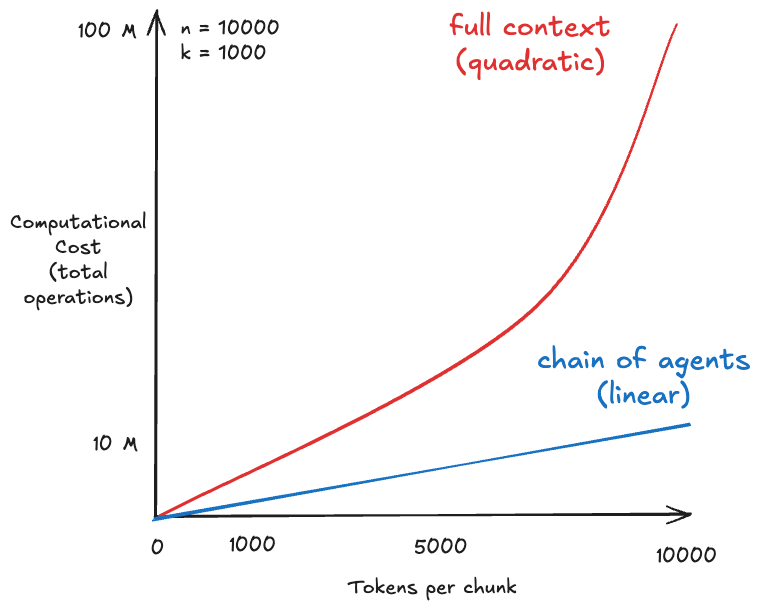
The Excalidraw diagram azurebootcamp-2026/graphics/complexity.excalidraw.png in filipw/filipw.github.io, before a commit. Source tidied: one line per element, renumbered; positions are measured from the earlier drawing's top-left corner, leaving out a move shared by most shapes.
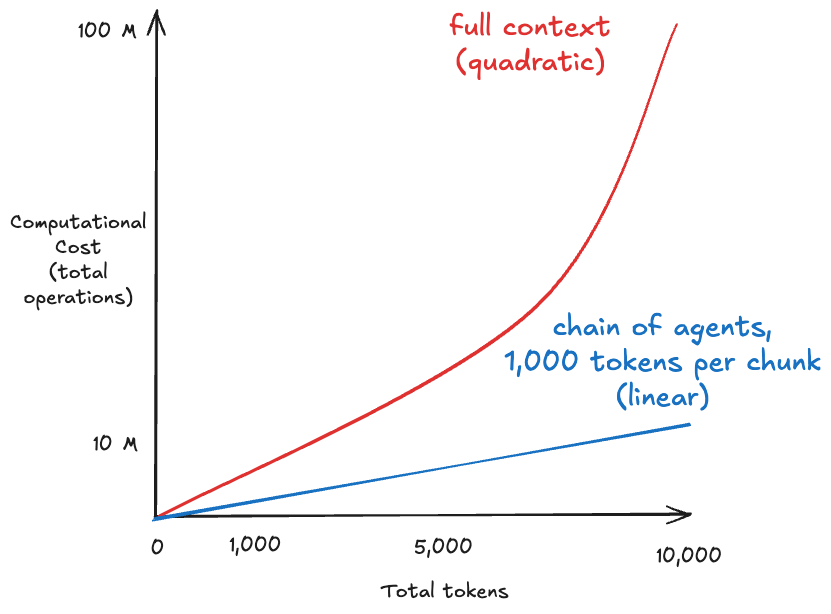
After the commit.

What changed in the source:
```diff
@@ -1,15 +1,14 @@
 {"id": 0, "type": "arrow", "strokeColor": "#1e1e1e", "strokeWidth": 2, "roughness": 1, "endArrowhead": "arrow", "round": true, "x": 145, "y": 507, "width": 2, "height": 507, "points": [[0, 0], [2, -507]]}
 {"id": 1, "type": "arrow", "strokeColor": "#1e1e1e", "strokeWidth": 2, "roughness": 1, "endArrowhead": "arrow", "round": true, "x": 146, "y": 507, "width": 534, "height": 3, "points": [[0, 0], [534, -3]]}
 {"id": 2, "type": "text", "text": "100 M", "strokeColor": "#1e1e1e", "strokeWidth": 2, "roughness": 1, "fontSize": 20, "fontFamily": 1, "x": 69, "y": 9, "width": 58, "height": 25}
-{"id": 3, "type": "text", "text": "10000", "strokeColor": "#1e1e1e", "strokeWidth": 2, "roughness": 1, "fontSize": 20, "fontFamily": 1, "x": 647, "y": 534, "width": 60, "height": 25}
+{"id": 3, "type": "text", "text": "10,000", "strokeColor": "#1e1e1e", "strokeWidth": 2, "roughness": 1, "fontSize": 20, "fontFamily": 1, "x": 647, "y": 534, "width": 66, "height": 25}
 {"id": 4, "type": "text", "text": "0", "strokeColor": "#1e1e1e", "strokeWidth": 2, "roughness": 1, "fontSize": 20, "fontFamily": 1, "x": 141, "y": 526, "width": 14, "height": 25}
-{"id": 5, "type": "text", "text": "5000", "strokeColor": "#1e1e1e", "strokeWidth": 2, "roughness": 1, "fontSize": 20, "fontFamily": 1, "x": 404, "y": 525, "width": 54, "height": 25}
+{"id": 5, "type": "text", "text": "5,000", "strokeColor": "#1e1e1e", "strokeWidth": 2, "roughness": 1, "fontSize": 20, "fontFamily": 1, "x": 404, "y": 525, "width": 59, "height": 25}
-{"id": 6, "type": "text", "text": "1000", "strokeColor": "#1e1e1e", "strokeWidth": 2, "roughness": 1, "fontSize": 20, "fontFamily": 1, "x": 220, "y": 524, "width": 47, "height": 25}
+{"id": 6, "type": "text", "text": "1,000", "strokeColor": "#1e1e1e", "strokeWidth": 2, "roughness": 1, "fontSize": 20, "fontFamily": 1, "x": 220, "y": 524, "width": 52, "height": 25}
-{"id": 7, "type": "text", "text": "Tokens per chunk", "strokeColor": "#1e1e1e", "strokeWidth": 2, "roughness": 1, "fontSize": 20, "fontFamily": 5, "x": 337, "y": 565, "width": 169, "height": 25}
+{"id": 7, "type": "text", "text": "Total tokens", "strokeColor": "#1e1e1e", "strokeWidth": 2, "roughness": 1, "fontSize": 20, "fontFamily": 5, "x": 370, "y": 569, "width": 128, "height": 25}
 {"id": 8, "type": "text", "text": "Computational\nCost\n(total\noperations)", "strokeColor": "#1e1e1e", "strokeWidth": 2, "roughness": 1, "fontSize": 20, "fontFamily": 5, "textAlign": "center", "x": 0, "y": 200, "width": 137, "height": 100}
 {"id": 9, "type": "text", "text": "10 M", "strokeColor": "#1e1e1e", "strokeWidth": 2, "roughness": 1, "fontSize": 20, "fontFamily": 1, "x": 84, "y": 422, "width": 44, "height": 25}
 {"id": 10, "type": "line", "strokeColor": "#e03131", "strokeWidth": 2, "roughness": 1, "round": true, "x": 149, "y": 506, "width": 518, "height": 492, "points": [[0, 0], [378, -210], [518, -492]]}
 {"id": 11, "type": "line", "strokeColor": "#1971c2", "strokeWidth": 2, "roughness": 1, "round": true, "x": 144, "y": 509, "width": 535, "height": 95, "points": [[0, 0], [535, -95]]}
 {"id": 12, "type": "text", "text": "full context\n(quadratic)", "strokeColor": "#e03131", "strokeWidth": 2, "roughness": 1, "fontSize": 28, "fontFamily": 5, "textAlign": "center", "x": 440, "y": 0, "width": 161, "height": 70}
-{"id": 13, "type": "text", "text": "chain of agents\n(linear)", "strokeColor": "#1971c2", "strokeWidth": 2, "roughness": 1, "fontSize": 28, "fontFamily": 5, "textAlign": "center", "x": 527, "y": 333, "width": 213, "height": 70}
+{"id": 13, "type": "text", "text": "chain of agents,\n1,000 tokens per chunk\n(linear)", "strokeColor": "#1971c2", "strokeWidth": 2, "roughness": 1, "fontSize": 28, "fontFamily": 5, "textAlign": "center", "x": 494, "y": 300, "width": 317, "height": 105}
-{"id": 14, "type": "text", "text": "n = 10000\nk = 1000", "strokeColor": "#1e1e1e", "strokeWidth": 2, "roughness": 1, "fontSize": 20, "fontFamily": 5, "x": 171, "y": 6, "width": 99, "height": 50}
```
